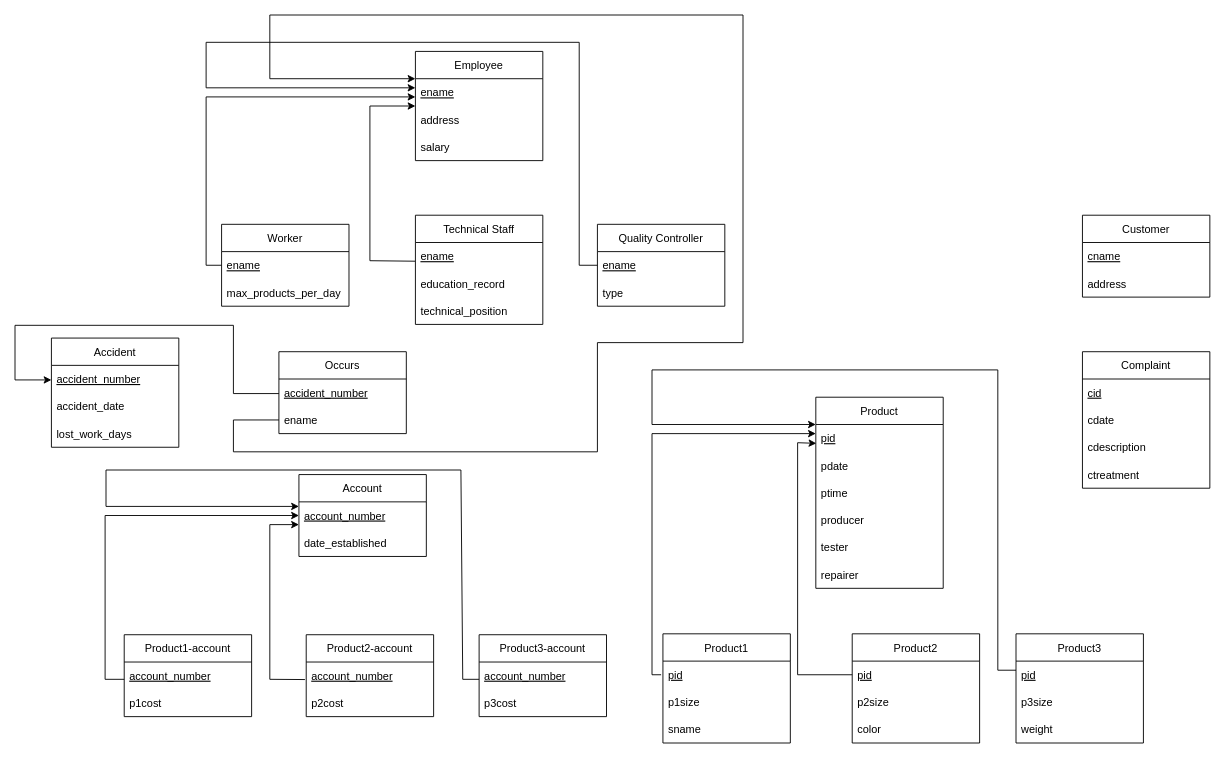
Before: schema_diagram.drawio in starrycode/ER-Diagrams, a draw.io diagram. Source tidied: cells renumbered, new cells numbered last; positions are measured from the earlier drawing's top-left corner, leaving out a move shared by most shapes. Both pictures are drawn from the tidied source at 91%, with x=0, y=0 at pixel (15, 15).
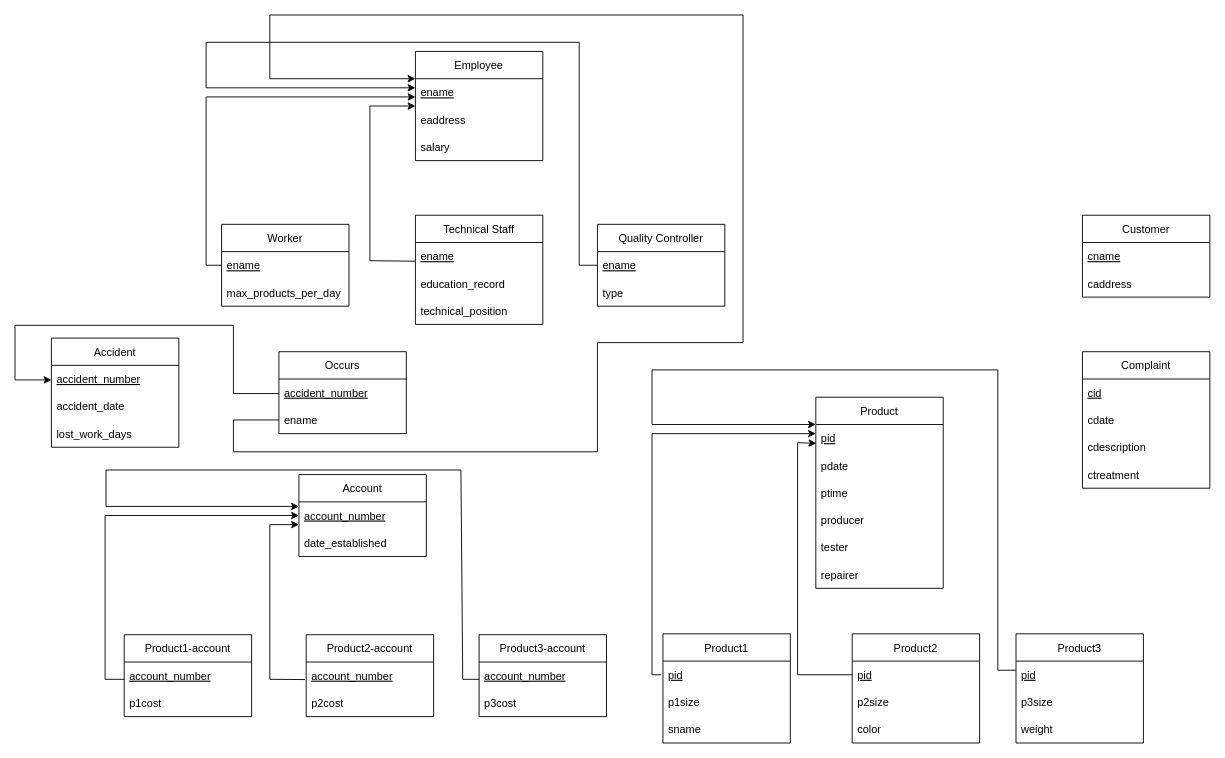
The same page after the edit.

Unchanged cells that the change refers to:
```xml
<mxCell id="5" value="Employee" style="swimlane;fontStyle=0;horizontal=1;startSize=30;" parent="1" vertex="1">
  <mxGeometry x="440" y="40" width="140" height="120" as="geometry" />
</mxCell>
<mxCell id="19" value="Customer" style="swimlane;fontStyle=0;horizontal=1;startSize=30;" parent="1" vertex="1">
  <mxGeometry x="1173" y="220" width="140" height="90" as="geometry" />
</mxCell>
```

Change to the diagram source:
```diff
@@
-    <mxCell id="7" value="address" style="text;strokeColor=none;fillColor=none;align=left;verticalAlign=middle;spacingLeft=4;spacingRight=4;overflow=hidden;fontStyle=0;" parent="5" vertex="1">
+    <mxCell id="7" value="eaddress" style="text;strokeColor=none;fillColor=none;align=left;verticalAlign=middle;spacingLeft=4;spacingRight=4;overflow=hidden;fontStyle=0;" parent="5" vertex="1">
       <mxGeometry y="60" width="140" height="30" as="geometry" />
     </mxCell>
@@
-    <mxCell id="21" value="address" style="text;strokeColor=none;fillColor=none;align=left;verticalAlign=middle;spacingLeft=4;spacingRight=4;overflow=hidden;fontStyle=0;" parent="19" vertex="1">
+    <mxCell id="21" value="caddress" style="text;strokeColor=none;fillColor=none;align=left;verticalAlign=middle;spacingLeft=4;spacingRight=4;overflow=hidden;fontStyle=0;" parent="19" vertex="1">
       <mxGeometry y="60" width="140" height="30" as="geometry" />
     </mxCell>
```
